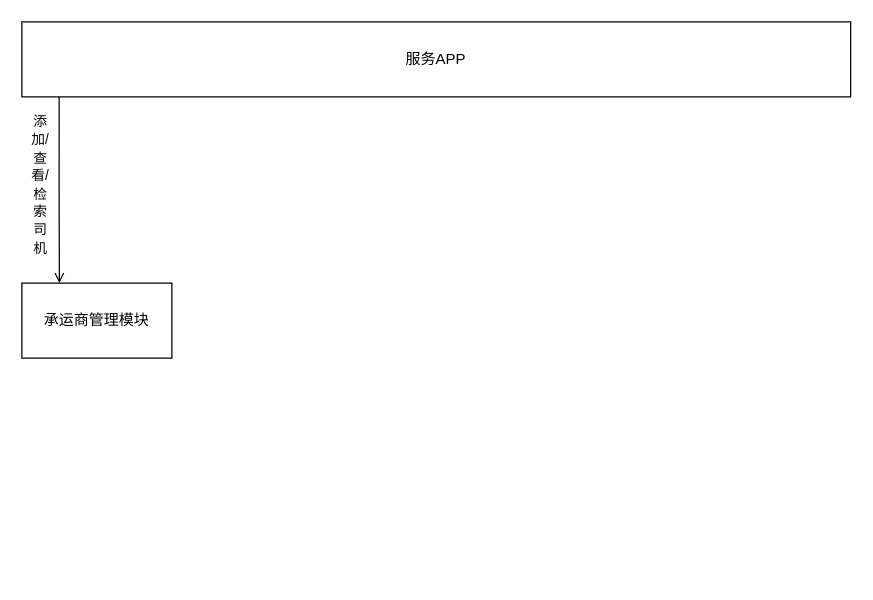
Before: page "物流调度场景" (6 of 7) of docs/自营重构3.drawio in lokiworks/codebase, a draw.io diagram. Source tidied: cells renumbered, new cells numbered last; positions are measured from the earlier drawing's top-left corner, leaving out a move shared by most shapes. Both pictures are drawn from the tidied source at 125%, with x=0, y=0 at pixel (21, 21).
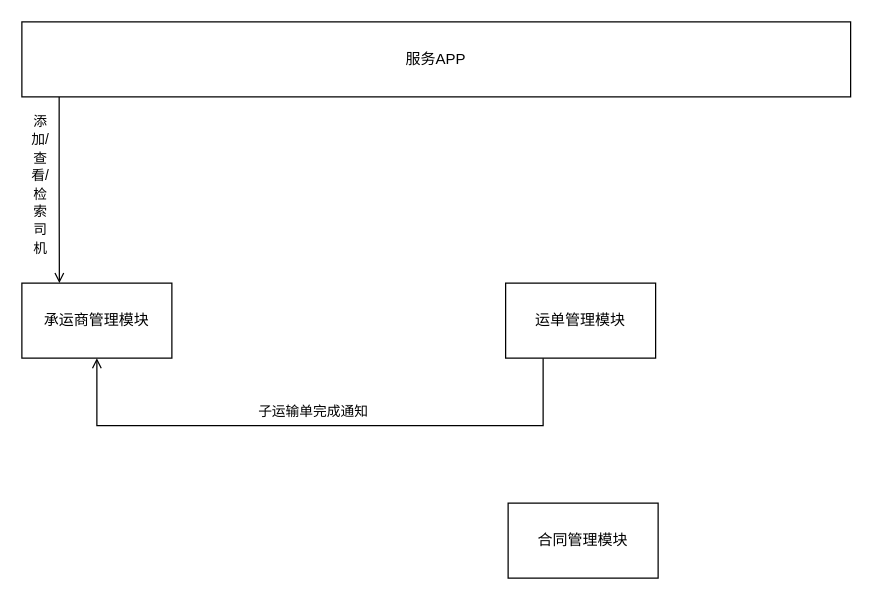
After the change.

The edit, as a diff of the source:
```diff
@@
 <mxGraphModel>
   <root>
     <mxCell id="0" />
     <mxCell id="1" parent="0" />
     <mxCell id="2" style="rounded=0;jettySize=auto;html=1;exitX=0.045;exitY=0.998;exitDx=0;exitDy=0;endArrow=open;endFill=0;edgeStyle=orthogonalEdgeStyle;exitPerimeter=0;entryX=0.25;entryY=0;entryDx=0;entryDy=0;" parent="1" edge="1" source="3" target="4">
       <mxGeometry x="-0.01" y="-64" relative="1" as="geometry">
         <mxPoint x="-63" y="-64" as="offset" />
       </mxGeometry>
     </mxCell>
     <mxCell id="3" value="服务APP" style="rounded=0;whiteSpace=wrap;html=1;" parent="1" vertex="1">
       <mxGeometry width="663" height="60" as="geometry" />
     </mxCell>
     <mxCell id="4" value="承运商管理模块" style="rounded=0;whiteSpace=wrap;html=1;" parent="1" vertex="1">
       <mxGeometry y="209" width="120" height="60" as="geometry" />
     </mxCell>
     <mxCell id="5" value="&lt;span style=&quot;font-size: 11px; background-color: rgb(255, 255, 255);&quot;&gt;添加/查看/检索司机&lt;/span&gt;" style="text;html=1;strokeColor=none;fillColor=none;align=center;verticalAlign=middle;whiteSpace=wrap;rounded=0;" parent="1" vertex="1">
       <mxGeometry x="5" y="69" width="20" height="122" as="geometry" />
     </mxCell>
+    <mxCell id="6" style="edgeStyle=orthogonalEdgeStyle;rounded=0;jettySize=auto;html=1;exitX=0.25;exitY=1;exitDx=0;exitDy=0;entryX=0.5;entryY=1;entryDx=0;entryDy=0;endArrow=open;endFill=0;" parent="1" edge="1" source="8" target="4">
+      <mxGeometry relative="1" as="geometry">
+        <Array as="points">
+          <mxPoint x="417" y="323" />
+          <mxPoint x="60" y="323" />
+        </Array>
+      </mxGeometry>
+    </mxCell>
+    <mxCell id="7" value="子运输单完成通知" style="edgeLabel;html=1;align=center;verticalAlign=middle;" parent="6" vertex="1">
+      <mxGeometry x="0.04" y="1" relative="1" as="geometry">
+        <mxPoint x="3" y="-13" as="offset" />
+      </mxGeometry>
+    </mxCell>
+    <mxCell id="8" value="运单管理模块" style="rounded=0;whiteSpace=wrap;html=1;" parent="1" vertex="1">
+      <mxGeometry x="387" y="209" width="120" height="60" as="geometry" />
+    </mxCell>
+    <mxCell id="9" value="合同管理模块" style="rounded=0;whiteSpace=wrap;html=1;" parent="1" vertex="1">
+      <mxGeometry x="389" y="385" width="120" height="60" as="geometry" />
+    </mxCell>
   </root>
 </mxGraphModel>
```
